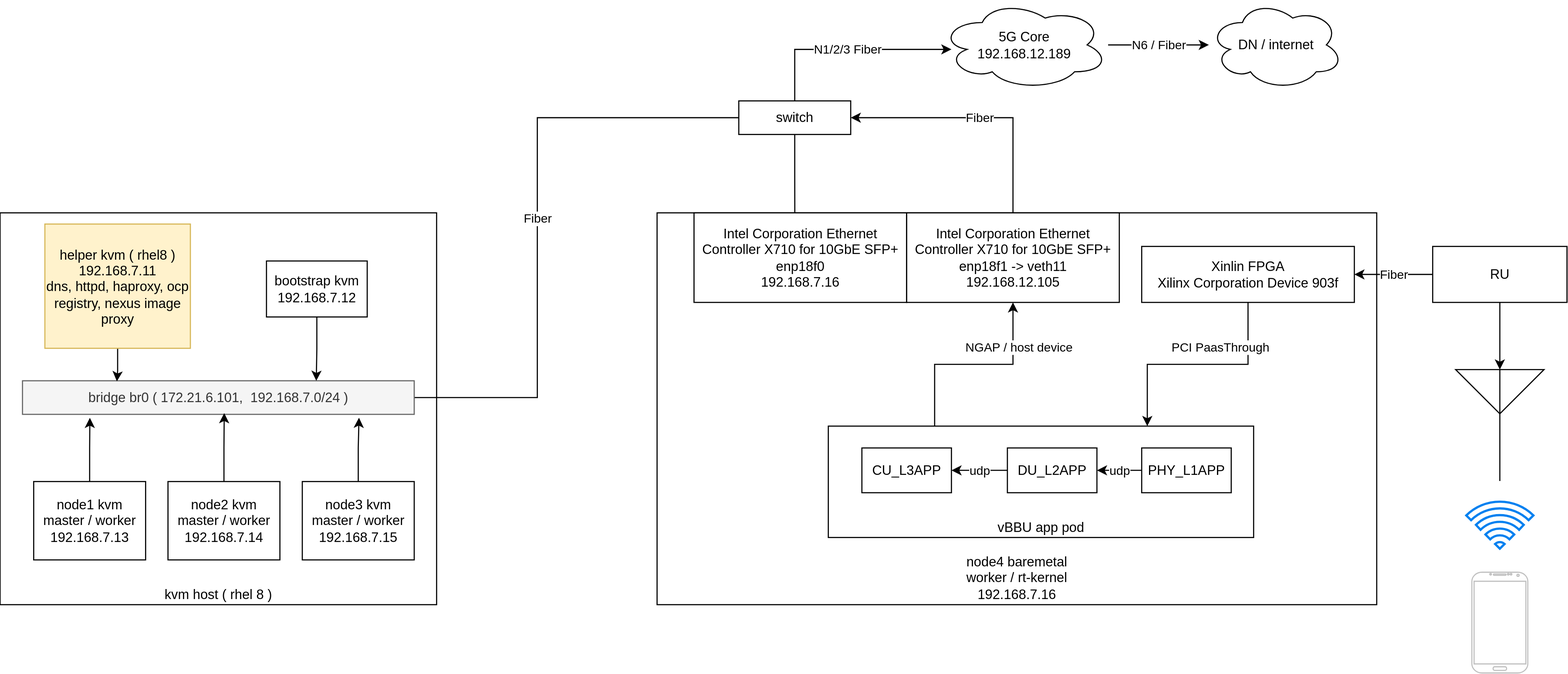
Before: redhat/ocp4/4.7/dia/4.7.real-time.kernel.drawio.svg, a diagram exported from draw.io (wangzheng422/docker_env). Source tidied: cells renumbered, new cells last; positions are measured from the earlier drawing's top-left corner, leaving out a move shared by most shapes.
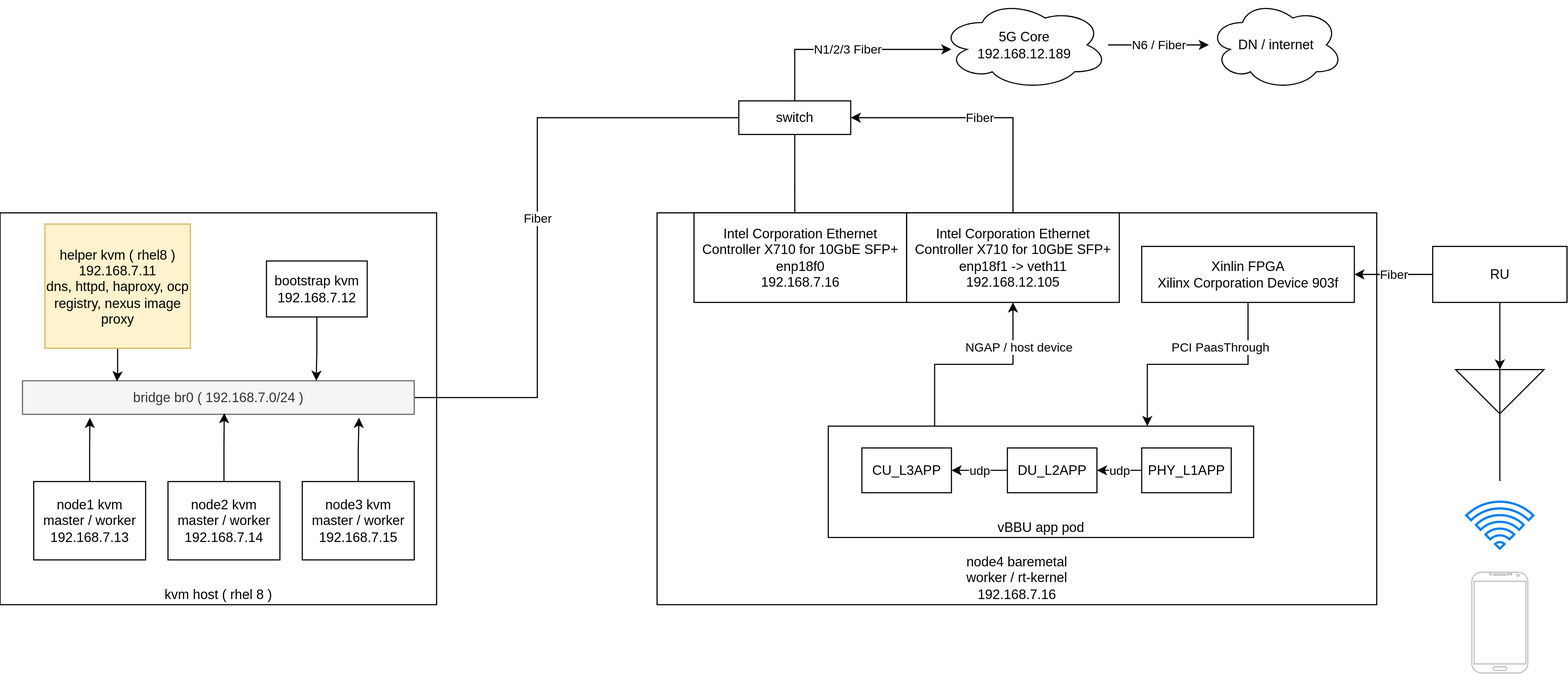
Later version of the same file.

Diff of the diagram source:
```diff
@@ -43,7 +43,7 @@
         </Array>
       </mxGeometry>
     </mxCell>
-    <mxCell id="13" value="bridge br0 ( 172.21.6.101,&amp;nbsp; 192.168.7.0/24 )" style="rounded=0;whiteSpace=wrap;html=1;fillColor=#f5f5f5;strokeColor=#666666;fontColor=#333333;" parent="11" vertex="1">
+    <mxCell id="13" value="bridge br0 ( 192.168.7.0/24 )" style="rounded=0;whiteSpace=wrap;html=1;fillColor=#f5f5f5;strokeColor=#666666;fontColor=#333333;" parent="11" vertex="1">
       <mxGeometry x="20" y="340" width="350" height="30" as="geometry" />
     </mxCell>
     <mxCell id="14" style="edgeStyle=orthogonalEdgeStyle;rounded=0;jettySize=auto;html=1;entryX=0.241;entryY=0.017;entryDx=0;entryDy=0;entryPerimeter=0;" parent="11" edge="1" source="15" target="13">
```
